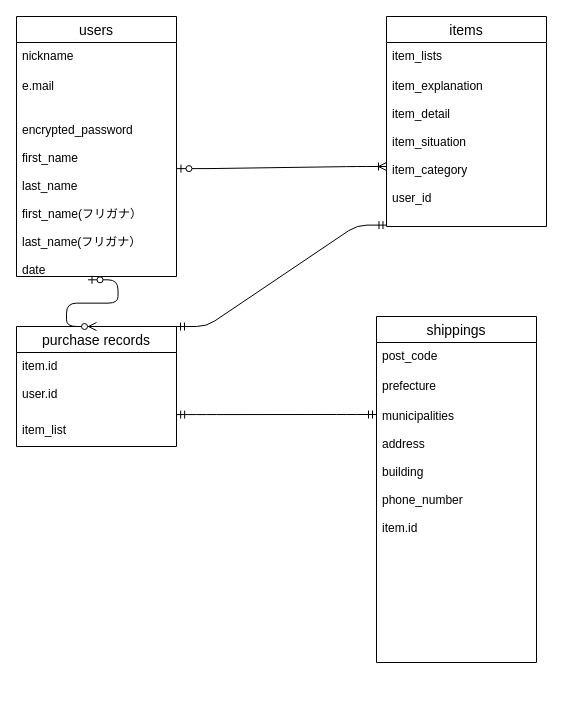
This is test.dio from isukacoffee/furima-38197, a draw.io file, before an edit. Source tidied: cells renumbered, new cells numbered last; positions are measured from the earlier drawing's top-left corner, leaving out a move shared by most shapes. Both pictures are drawn from the tidied source at 100%, with x=0, y=0 at pixel (16, 16).
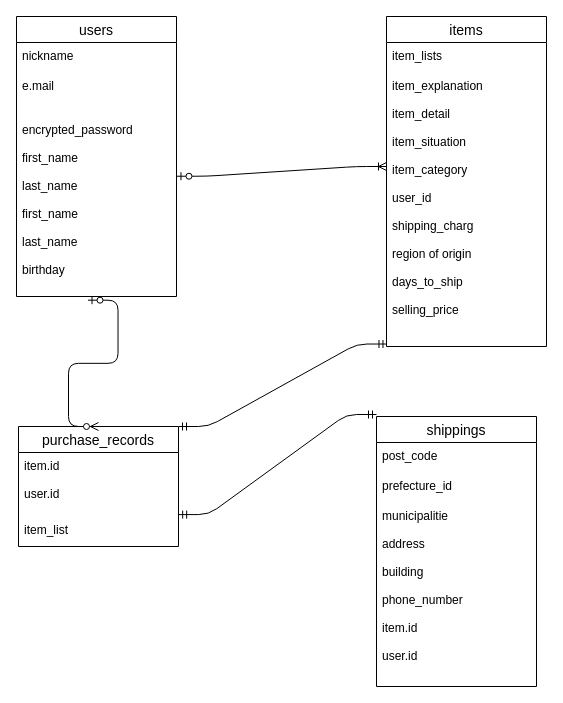
The same diagram, later.

Diff of the diagram source:
```diff
@@
     <mxCell id="2" value="users" style="swimlane;fontStyle=0;horizontal=1;startSize=26;align=center;fontSize=14;" parent="1" vertex="1">
-      <mxGeometry width="160" height="260" as="geometry" />
+      <mxGeometry width="160" height="280" as="geometry" />
     </mxCell>
@@
-    <mxCell id="5" value="&#10;encrypted_password&#10;&#10;first_name&#10;&#10;last_name&#10;&#10;first_name(フリガナ）&#10; &#10;last_name(フリガナ）&#10;&#10;date " style="text;strokeColor=none;fillColor=none;spacingLeft=4;spacingRight=4;overflow=hidden;points=[[0,0.5],[1,0.5]];portConstraint=eastwest;fontSize=12;" parent="2" vertex="1">
-      <mxGeometry y="86" width="160" height="174" as="geometry" />
+    <mxCell id="5" value="&#10;encrypted_password&#10;&#10;first_name&#10;&#10;last_name&#10;&#10;first_name&#10; &#10;last_name&#10;&#10;birthday&#10;" style="text;strokeColor=none;fillColor=none;spacingLeft=4;spacingRight=4;overflow=hidden;points=[[0,0.5],[1,0.5]];portConstraint=eastwest;fontSize=12;" parent="2" vertex="1">
+      <mxGeometry y="86" width="160" height="194" as="geometry" />
     </mxCell>
     <mxCell id="6" value="items" style="swimlane;fontStyle=0;horizontal=1;startSize=26;align=center;fontSize=14;" parent="1" vertex="1">
-      <mxGeometry x="370" width="160" height="210" as="geometry" />
+      <mxGeometry x="370" width="160" height="330" as="geometry" />
     </mxCell>
@@
-    <mxCell id="8" value="item_explanation&#10;&#10;item_detail&#10;&#10;item_situation&#10;&#10;item_category&#10;&#10;user_id" style="text;strokeColor=none;fillColor=none;spacingLeft=4;spacingRight=4;overflow=hidden;points=[[0,0.5],[1,0.5]];portConstraint=eastwest;fontSize=12;" parent="6" vertex="1">
-      <mxGeometry y="56" width="160" height="154" as="geometry" />
+    <mxCell id="8" value="item_explanation&#10;&#10;item_detail&#10;&#10;item_situation&#10;&#10;item_category&#10;&#10;user_id&#10;&#10;shipping_charg&#10;&#10;region of origin&#10;&#10;days_to_ship&#10;&#10;selling_price" style="text;strokeColor=none;fillColor=none;spacingLeft=4;spacingRight=4;overflow=hidden;points=[[0,0.5],[1,0.5]];portConstraint=eastwest;fontSize=12;" parent="6" vertex="1">
+      <mxGeometry y="56" width="160" height="274" as="geometry" />
     </mxCell>
-    <mxCell id="9" value="purchase records" style="swimlane;fontStyle=0;horizontal=1;startSize=26;align=center;fontSize=14;" parent="1" vertex="1">
-      <mxGeometry y="310" width="160" height="120" as="geometry" />
+    <mxCell id="9" value="purchase_records" style="swimlane;fontStyle=0;horizontal=1;startSize=26;align=center;fontSize=14;" parent="1" vertex="1">
+      <mxGeometry x="2" y="410" width="160" height="120" as="geometry" />
     </mxCell>
@@
     <mxCell id="12" value="shippings" style="swimlane;fontStyle=0;horizontal=1;startSize=26;align=center;fontSize=14;" parent="1" vertex="1">
-      <mxGeometry x="360" y="300" width="160" height="346" as="geometry" />
+      <mxGeometry x="360" y="400" width="160" height="270" as="geometry" />
     </mxCell>
@@
-    <mxCell id="14" value="prefecture" style="text;strokeColor=none;fillColor=none;spacingLeft=4;spacingRight=4;overflow=hidden;fontSize=12;" parent="12" vertex="1">
+    <mxCell id="14" value="prefecture_id" style="text;strokeColor=none;fillColor=none;spacingLeft=4;spacingRight=4;overflow=hidden;fontSize=12;" parent="12" vertex="1">
       <mxGeometry y="56" width="160" height="30" as="geometry" />
     </mxCell>
-    <mxCell id="15" value="municipalities&#10;&#10;address&#10;&#10;building&#10;&#10;phone_number&#10;&#10;item.id&#10;&#10;&#10;" style="text;strokeColor=none;fillColor=none;spacingLeft=4;spacingRight=4;overflow=hidden;fontSize=12;" parent="12" vertex="1">
-      <mxGeometry y="86" width="160" height="260" as="geometry" />
+    <mxCell id="15" value="municipalitie&#10;&#10;address&#10;&#10;building&#10;&#10;phone_number&#10;&#10;item.id&#10;&#10;user.id&#10;&#10;&#10;" style="text;strokeColor=none;fillColor=none;spacingLeft=4;spacingRight=4;overflow=hidden;fontSize=12;" parent="12" vertex="1">
+      <mxGeometry y="86" width="160" height="184" as="geometry" />
     </mxCell>
```
